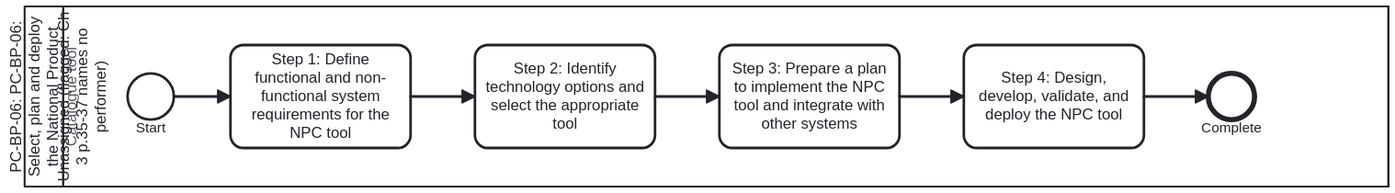
This is folio/dth-pc/media/PC-BP-06.svg from litlfred/dth-pc, a BPMN export, as it was before one commit. Its source is kept beside it as processes/PC-BP-06.bpmn. Ids are renumbered.
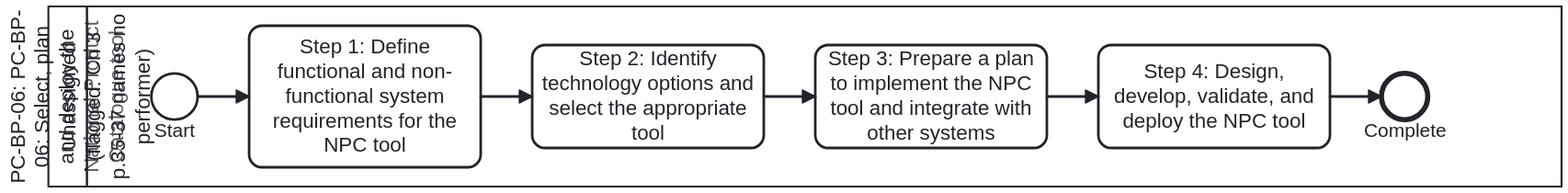
After the change.

Diff of the diagram source:
```diff
@@ -63,48 +63,48 @@
   <bpmndi:BPMNDiagram id="BPMNDiagram_PC_BP_06">
     <bpmndi:BPMNPlane id="BPMNPlane_PC_BP_06" bpmnElement="Collaboration_PC_BP_06">
       <bpmndi:BPMNShape id="Participant_PC_BP_06_di" bpmnElement="Participant_PC_BP_06" isHorizontal="true">
-        <dc:Bounds x="100" y="60" width="1060" height="140" />
+        <dc:Bounds x="100" y="60" width="1176" height="140" />
       </bpmndi:BPMNShape>
       <bpmndi:BPMNShape id="Lane_1_di" bpmnElement="Lane_1" isHorizontal="true">
-        <dc:Bounds x="130" y="60" width="1030" height="140" />
+        <dc:Bounds x="130" y="60" width="1146" height="140" />
       </bpmndi:BPMNShape>
       <bpmndi:BPMNShape id="StartEvent_1_di" bpmnElement="StartEvent_1">
         <dc:Bounds x="180" y="112" width="36" height="36" />
       </bpmndi:BPMNShape>
       <bpmndi:BPMNShape id="Task_1_di" bpmnElement="Task_1">
-        <dc:Bounds x="260" y="90" width="140" height="80" />
+        <dc:Bounds x="256" y="75" width="180" height="110" />
       </bpmndi:BPMNShape>
       <bpmndi:BPMNShape id="Task_2_di" bpmnElement="Task_2">
-        <dc:Bounds x="450" y="90" width="140" height="80" />
+        <dc:Bounds x="476" y="90" width="180" height="80" />
       </bpmndi:BPMNShape>
       <bpmndi:BPMNShape id="Task_3_di" bpmnElement="Task_3">
-        <dc:Bounds x="640" y="90" width="140" height="80" />
+        <dc:Bounds x="696" y="90" width="180" height="80" />
       </bpmndi:BPMNShape>
       <bpmndi:BPMNShape id="Task_4_di" bpmnElement="Task_4">
-        <dc:Bounds x="830" y="90" width="140" height="80" />
+        <dc:Bounds x="916" y="90" width="180" height="80" />
       </bpmndi:BPMNShape>
       <bpmndi:BPMNShape id="EndEvent_1_di" bpmnElement="EndEvent_1">
-        <dc:Bounds x="1020" y="112" width="36" height="36" />
+        <dc:Bounds x="1136" y="112" width="36" height="36" />
       </bpmndi:BPMNShape>
       <bpmndi:BPMNEdge id="Flow_0_di" bpmnElement="Flow_0">
         <di:waypoint x="216" y="130" />
-        <di:waypoint x="260" y="130" />
+        <di:waypoint x="256" y="130" />
       </bpmndi:BPMNEdge>
       <bpmndi:BPMNEdge id="Flow_1_di" bpmnElement="Flow_1">
-        <di:waypoint x="400" y="130" />
-        <di:waypoint x="450" y="130" />
+        <di:waypoint x="436" y="130" />
+        <di:waypoint x="476" y="130" />
       </bpmndi:BPMNEdge>
       <bpmndi:BPMNEdge id="Flow_2_di" bpmnElement="Flow_2">
-        <di:waypoint x="590" y="130" />
-        <di:waypoint x="640" y="130" />
+        <di:waypoint x="656" y="130" />
+        <di:waypoint x="696" y="130" />
       </bpmndi:BPMNEdge>
       <bpmndi:BPMNEdge id="Flow_3_di" bpmnElement="Flow_3">
-        <di:waypoint x="780" y="130" />
-        <di:waypoint x="830" y="130" />
+        <di:waypoint x="876" y="130" />
+        <di:waypoint x="916" y="130" />
       </bpmndi:BPMNEdge>
       <bpmndi:BPMNEdge id="Flow_4_di" bpmnElement="Flow_4">
-        <di:waypoint x="970" y="130" />
-        <di:waypoint x="1020" y="130" />
+        <di:waypoint x="1096" y="130" />
+        <di:waypoint x="1136" y="130" />
       </bpmndi:BPMNEdge>
     </bpmndi:BPMNPlane>
   </bpmndi:BPMNDiagram>
```
